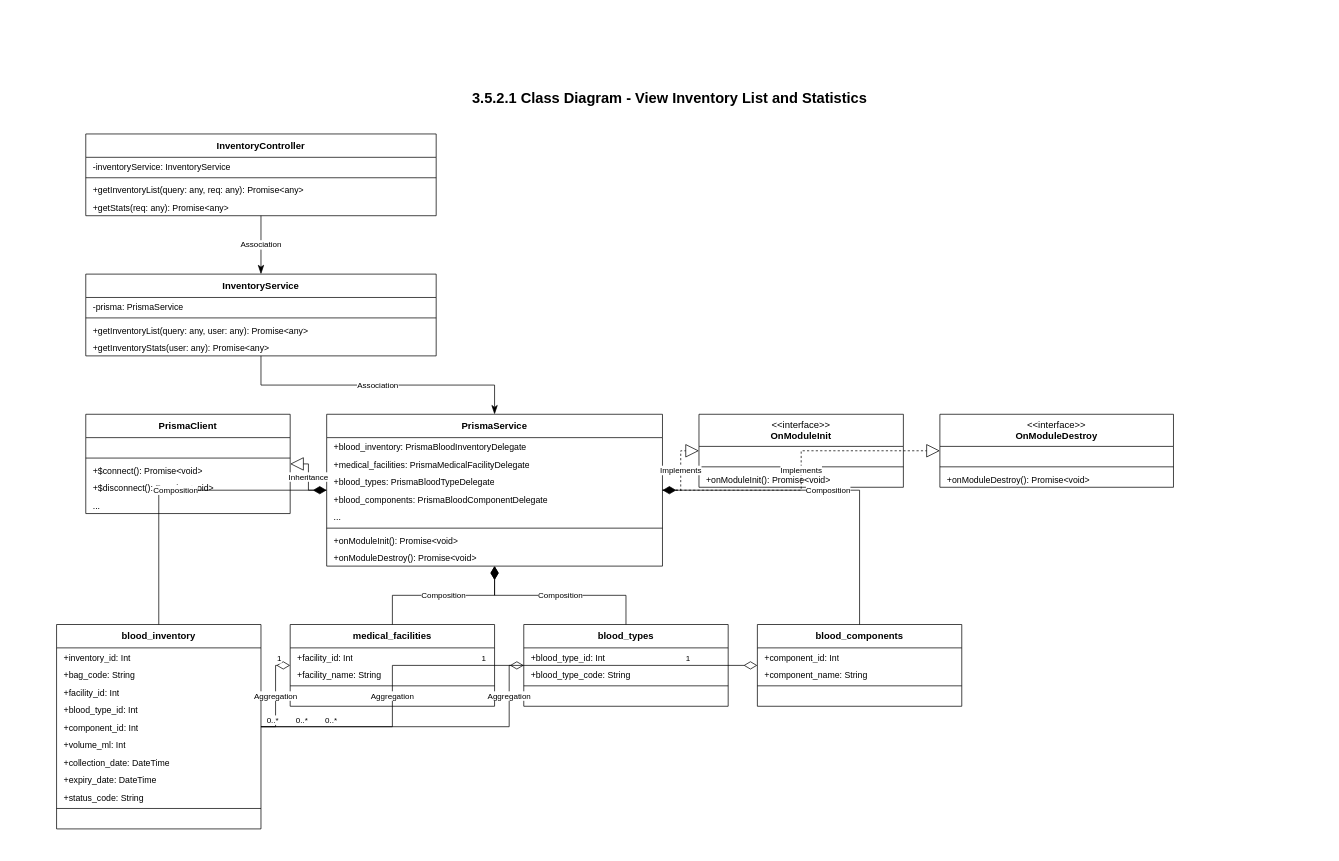
This is page "View Inventory List & Stats" (2 of 6) of inventory_all_class_diagrams.drawio from CuongBC195/class-diagram-donation-blood, a draw.io file, before an edit. Source tidied: cells renumbered, new cells numbered last; positions are measured from the earlier drawing's top-left corner, leaving out a move shared by most shapes. Both pictures are drawn from the tidied source at 73%, with x=0, y=0 at pixel (12, 82).
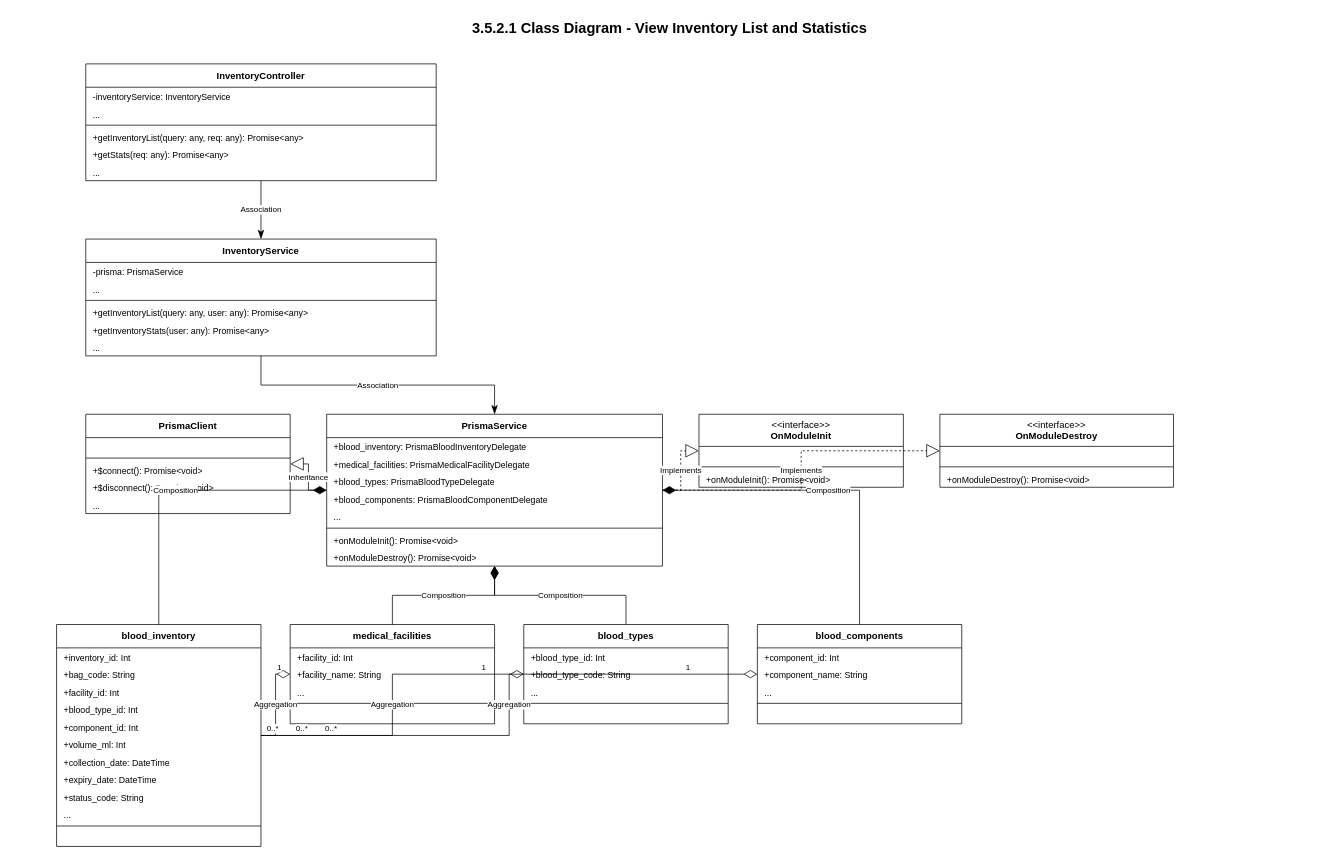
After the change.

Diff of the diagram source:
```diff
@@
     <mxCell id="2" value="3.5.2.1 Class Diagram - View Inventory List and Statistics" style="text;html=1;strokeColor=none;fillColor=none;align=center;verticalAlign=middle;whiteSpace=wrap;rounded=0;fontFamily=Arial;fontSize=20;fontStyle=1;fontColor=#000000;" parent="1" vertex="1">
-      <mxGeometry width="1800" height="40" as="geometry" />
+      <mxGeometry y="-96" width="1800" height="40" as="geometry" />
     </mxCell>
     <mxCell id="3" value="&lt;b&gt;InventoryController&lt;/b&gt;" style="swimlane;fontStyle=0;horizontal=1;startSize=32;whiteSpace=wrap;html=1;fillColor=#ffffff;strokeColor=#000000;swimlaneFillColor=#ffffff;fontColor=#000000;fontFamily=Arial;fontSize=13;" parent="1" vertex="1">
-      <mxGeometry x="100" y="70" width="480" height="112" as="geometry" />
+      <mxGeometry x="100" y="-26" width="480" height="160" as="geometry" />
     </mxCell>
@@
+    <mxCell id="81" value="..." style="text;strokeColor=none;fillColor=none;align=left;verticalAlign=top;spacingLeft=8;spacingRight=8;overflow=hidden;whiteSpace=wrap;html=1;fontFamily=Arial;fontSize=12;fontColor=#000000;" parent="3" vertex="1">
+      <mxGeometry y="56" width="480" height="24" as="geometry" />
+    </mxCell>
     <mxCell id="5" style="line;strokeWidth=1;fillColor=none;strokeColor=#000000;align=left;verticalAlign=middle;" parent="3" vertex="1">
-      <mxGeometry y="56" width="480" height="8" as="geometry" />
+      <mxGeometry y="80" width="480" height="8" as="geometry" />
     </mxCell>
     <mxCell id="6" value="+getInventoryList(query: any, req: any): Promise&amp;lt;any&amp;gt;" style="text;strokeColor=none;fillColor=none;align=left;verticalAlign=top;spacingLeft=8;spacingRight=8;overflow=hidden;whiteSpace=wrap;html=1;fontFamily=Arial;fontSize=12;fontColor=#000000;" parent="3" vertex="1">
-      <mxGeometry y="64" width="480" height="24" as="geometry" />
+      <mxGeometry y="88" width="480" height="24" as="geometry" />
     </mxCell>
     <mxCell id="7" value="+getStats(req: any): Promise&amp;lt;any&amp;gt;" style="text;strokeColor=none;fillColor=none;align=left;verticalAlign=top;spacingLeft=8;spacingRight=8;overflow=hidden;whiteSpace=wrap;html=1;fontFamily=Arial;fontSize=12;fontColor=#000000;" parent="3" vertex="1">
-      <mxGeometry y="88" width="480" height="24" as="geometry" />
+      <mxGeometry y="112" width="480" height="24" as="geometry" />
     </mxCell>
+    <mxCell id="82" value="..." style="text;strokeColor=none;fillColor=none;align=left;verticalAlign=top;spacingLeft=8;spacingRight=8;overflow=hidden;whiteSpace=wrap;html=1;fontFamily=Arial;fontSize=12;fontColor=#000000;" parent="3" vertex="1">
+      <mxGeometry y="136" width="480" height="24" as="geometry" />
+    </mxCell>
     <mxCell id="8" value="&lt;b&gt;InventoryService&lt;/b&gt;" style="swimlane;fontStyle=0;horizontal=1;startSize=32;whiteSpace=wrap;html=1;fillColor=#ffffff;strokeColor=#000000;swimlaneFillColor=#ffffff;fontColor=#000000;fontFamily=Arial;fontSize=13;" parent="1" vertex="1">
-      <mxGeometry x="100" y="262" width="480" height="112" as="geometry" />
+      <mxGeometry x="100" y="214" width="480" height="160" as="geometry" />
     </mxCell>
@@
+    <mxCell id="83" value="..." style="text;strokeColor=none;fillColor=none;align=left;verticalAlign=top;spacingLeft=8;spacingRight=8;overflow=hidden;whiteSpace=wrap;html=1;fontFamily=Arial;fontSize=12;fontColor=#000000;" parent="8" vertex="1">
+      <mxGeometry y="56" width="480" height="24" as="geometry" />
+    </mxCell>
     <mxCell id="10" style="line;strokeWidth=1;fillColor=none;strokeColor=#000000;align=left;verticalAlign=middle;" parent="8" vertex="1">
-      <mxGeometry y="56" width="480" height="8" as="geometry" />
+      <mxGeometry y="80" width="480" height="8" as="geometry" />
     </mxCell>
     <mxCell id="11" value="+getInventoryList(query: any, user: any): Promise&amp;lt;any&amp;gt;" style="text;strokeColor=none;fillColor=none;align=left;verticalAlign=top;spacingLeft=8;spacingRight=8;overflow=hidden;whiteSpace=wrap;html=1;fontFamily=Arial;fontSize=12;fontColor=#000000;" parent="8" vertex="1">
-      <mxGeometry y="64" width="480" height="24" as="geometry" />
+      <mxGeometry y="88" width="480" height="24" as="geometry" />
     </mxCell>
     <mxCell id="12" value="+getInventoryStats(user: any): Promise&amp;lt;any&amp;gt;" style="text;strokeColor=none;fillColor=none;align=left;verticalAlign=top;spacingLeft=8;spacingRight=8;overflow=hidden;whiteSpace=wrap;html=1;fontFamily=Arial;fontSize=12;fontColor=#000000;" parent="8" vertex="1">
-      <mxGeometry y="88" width="480" height="24" as="geometry" />
+      <mxGeometry y="112" width="480" height="24" as="geometry" />
     </mxCell>
+    <mxCell id="84" value="..." style="text;strokeColor=none;fillColor=none;align=left;verticalAlign=top;spacingLeft=8;spacingRight=8;overflow=hidden;whiteSpace=wrap;html=1;fontFamily=Arial;fontSize=12;fontColor=#000000;" parent="8" vertex="1">
+      <mxGeometry y="136" width="480" height="24" as="geometry" />
+    </mxCell>
@@
     <mxCell id="36" value="&lt;b&gt;blood_inventory&lt;/b&gt;" style="swimlane;fontStyle=0;horizontal=1;startSize=32;whiteSpace=wrap;html=1;fillColor=#ffffff;strokeColor=#000000;swimlaneFillColor=#ffffff;fontColor=#000000;fontFamily=Arial;fontSize=13;" parent="1" vertex="1">
-      <mxGeometry x="60" y="742" width="280" height="280" as="geometry" />
+      <mxGeometry x="60" y="742" width="280" height="304" as="geometry" />
     </mxCell>
@@
+    <mxCell id="85" value="..." style="text;strokeColor=none;fillColor=none;align=left;verticalAlign=top;spacingLeft=8;spacingRight=8;overflow=hidden;whiteSpace=wrap;html=1;fontFamily=Arial;fontSize=12;fontColor=#000000;" parent="36" vertex="1">
+      <mxGeometry y="248" width="280" height="24" as="geometry" />
+    </mxCell>
     <mxCell id="46" style="line;strokeWidth=1;fillColor=none;strokeColor=#000000;align=left;verticalAlign=middle;" parent="36" vertex="1">
-      <mxGeometry y="248" width="280" height="8" as="geometry" />
+      <mxGeometry y="272" width="280" height="8" as="geometry" />
     </mxCell>
     <mxCell id="47" value=" " style="text;strokeColor=none;fillColor=none;align=left;verticalAlign=top;spacingLeft=8;spacingRight=8;overflow=hidden;whiteSpace=wrap;html=1;fontFamily=Arial;fontSize=12;fontColor=#000000;" parent="36" vertex="1">
-      <mxGeometry y="256" width="280" height="24" as="geometry" />
+      <mxGeometry y="280" width="280" height="24" as="geometry" />
     </mxCell>
     <mxCell id="48" value="&lt;b&gt;medical_facilities&lt;/b&gt;" style="swimlane;fontStyle=0;horizontal=1;startSize=32;whiteSpace=wrap;html=1;fillColor=#ffffff;strokeColor=#000000;swimlaneFillColor=#ffffff;fontColor=#000000;fontFamily=Arial;fontSize=13;" parent="1" vertex="1">
-      <mxGeometry x="380" y="742" width="280" height="112" as="geometry" />
+      <mxGeometry x="380" y="742" width="280" height="136" as="geometry" />
     </mxCell>
@@
+    <mxCell id="86" value="..." style="text;strokeColor=none;fillColor=none;align=left;verticalAlign=top;spacingLeft=8;spacingRight=8;overflow=hidden;whiteSpace=wrap;html=1;fontFamily=Arial;fontSize=12;fontColor=#000000;" parent="48" vertex="1">
+      <mxGeometry y="80" width="280" height="24" as="geometry" />
+    </mxCell>
     <mxCell id="51" style="line;strokeWidth=1;fillColor=none;strokeColor=#000000;align=left;verticalAlign=middle;" parent="48" vertex="1">
-      <mxGeometry y="80" width="280" height="8" as="geometry" />
+      <mxGeometry y="104" width="280" height="8" as="geometry" />
     </mxCell>
     <mxCell id="52" value=" " style="text;strokeColor=none;fillColor=none;align=left;verticalAlign=top;spacingLeft=8;spacingRight=8;overflow=hidden;whiteSpace=wrap;html=1;fontFamily=Arial;fontSize=12;fontColor=#000000;" parent="48" vertex="1">
-      <mxGeometry y="88" width="280" height="24" as="geometry" />
+      <mxGeometry y="112" width="280" height="24" as="geometry" />
     </mxCell>
     <mxCell id="53" value="&lt;b&gt;blood_types&lt;/b&gt;" style="swimlane;fontStyle=0;horizontal=1;startSize=32;whiteSpace=wrap;html=1;fillColor=#ffffff;strokeColor=#000000;swimlaneFillColor=#ffffff;fontColor=#000000;fontFamily=Arial;fontSize=13;" parent="1" vertex="1">
-      <mxGeometry x="700" y="742" width="280" height="112" as="geometry" />
+      <mxGeometry x="700" y="742" width="280" height="136" as="geometry" />
     </mxCell>
@@
+    <mxCell id="87" value="..." style="text;strokeColor=none;fillColor=none;align=left;verticalAlign=top;spacingLeft=8;spacingRight=8;overflow=hidden;whiteSpace=wrap;html=1;fontFamily=Arial;fontSize=12;fontColor=#000000;" parent="53" vertex="1">
+      <mxGeometry y="80" width="280" height="24" as="geometry" />
+    </mxCell>
     <mxCell id="56" style="line;strokeWidth=1;fillColor=none;strokeColor=#000000;align=left;verticalAlign=middle;" parent="53" vertex="1">
-      <mxGeometry y="80" width="280" height="8" as="geometry" />
+      <mxGeometry y="104" width="280" height="8" as="geometry" />
     </mxCell>
     <mxCell id="57" value=" " style="text;strokeColor=none;fillColor=none;align=left;verticalAlign=top;spacingLeft=8;spacingRight=8;overflow=hidden;whiteSpace=wrap;html=1;fontFamily=Arial;fontSize=12;fontColor=#000000;" parent="53" vertex="1">
-      <mxGeometry y="88" width="280" height="24" as="geometry" />
+      <mxGeometry y="112" width="280" height="24" as="geometry" />
     </mxCell>
     <mxCell id="58" value="&lt;b&gt;blood_components&lt;/b&gt;" style="swimlane;fontStyle=0;horizontal=1;startSize=32;whiteSpace=wrap;html=1;fillColor=#ffffff;strokeColor=#000000;swimlaneFillColor=#ffffff;fontColor=#000000;fontFamily=Arial;fontSize=13;" parent="1" vertex="1">
-      <mxGeometry x="1020" y="742" width="280" height="112" as="geometry" />
+      <mxGeometry x="1020" y="742" width="280" height="136" as="geometry" />
     </mxCell>
@@
+    <mxCell id="88" value="..." style="text;strokeColor=none;fillColor=none;align=left;verticalAlign=top;spacingLeft=8;spacingRight=8;overflow=hidden;whiteSpace=wrap;html=1;fontFamily=Arial;fontSize=12;fontColor=#000000;" parent="58" vertex="1">
+      <mxGeometry y="80" width="280" height="24" as="geometry" />
+    </mxCell>
     <mxCell id="61" style="line;strokeWidth=1;fillColor=none;strokeColor=#000000;align=left;verticalAlign=middle;" parent="58" vertex="1">
-      <mxGeometry y="80" width="280" height="8" as="geometry" />
+      <mxGeometry y="104" width="280" height="8" as="geometry" />
     </mxCell>
     <mxCell id="62" value=" " style="text;strokeColor=none;fillColor=none;align=left;verticalAlign=top;spacingLeft=8;spacingRight=8;overflow=hidden;whiteSpace=wrap;html=1;fontFamily=Arial;fontSize=12;fontColor=#000000;" parent="58" vertex="1">
-      <mxGeometry y="88" width="280" height="24" as="geometry" />
+      <mxGeometry y="112" width="280" height="24" as="geometry" />
     </mxCell>
```
